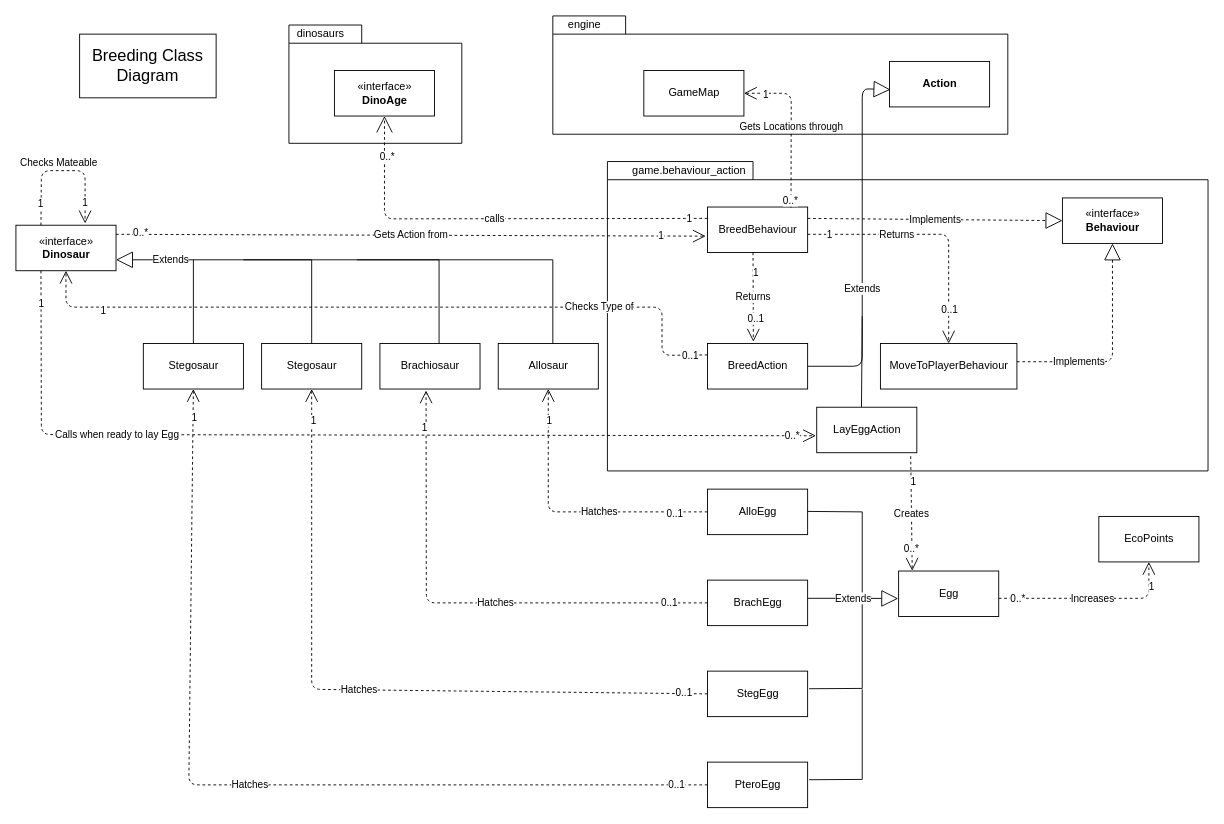
Dax246/FIT2099 keeps this draw.io diagram as Assignment 3 diagrams/UML/Breeding Class Diagram.drawio. Above is the earlier version. Source tidied: cells renumbered, new cells numbered last; positions are measured from the earlier drawing's top-left corner, leaving out a move shared by most shapes. Both pictures are drawn from the tidied source at 91%, with x=0, y=0 at pixel (15, 15).
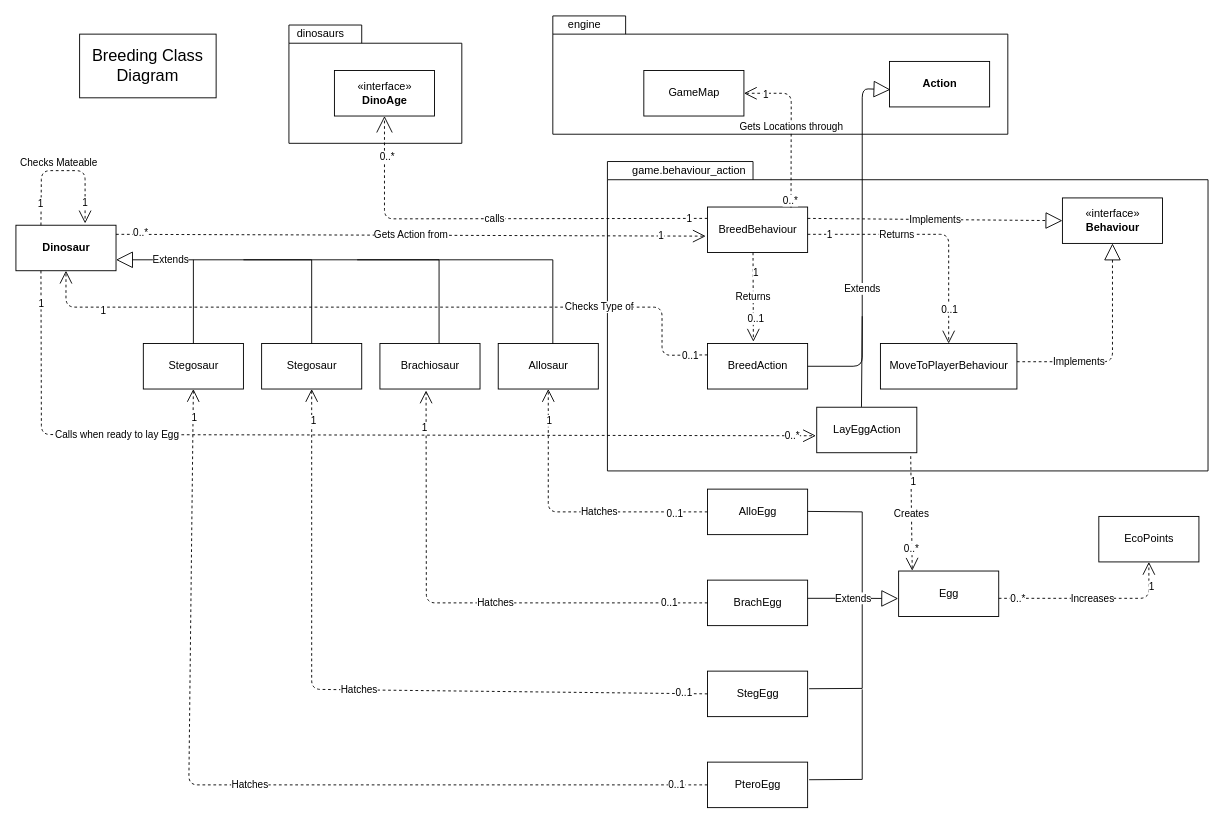
The same diagram, later.

Commit message:
Changed Dinosaur from Interface to Class

What changed in the source:
```diff
@@
-    <mxCell id="6" value="«interface»&lt;br&gt;&lt;b&gt;Dinosaur&lt;/b&gt;" style="html=1;" parent="1" vertex="1">
+    <mxCell id="6" value="&lt;b&gt;Dinosaur&lt;/b&gt;" style="html=1;" parent="1" vertex="1">
       <mxGeometry y="230" width="110" height="50" as="geometry" />
     </mxCell>
```
